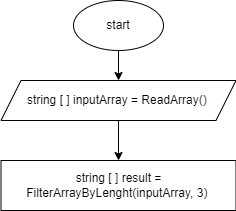
Before: total/diagram.drawio.png, a diagram exported from draw.io (IgorPolyatskiy/TotalWork). Source tidied: cells renumbered, new cells last; positions are measured from the earlier drawing's top-left corner, leaving out a move shared by most shapes.
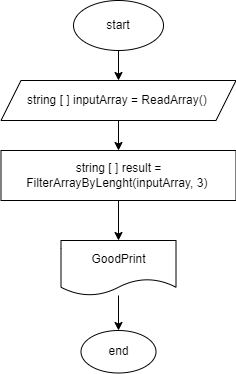
After the change.

Diff of the diagram source:
```diff
@@ -14,8 +14,20 @@
     <mxCell id="5" value="string [ ] inputArray = ReadArray()&amp;nbsp;" style="shape=parallelogram;perimeter=parallelogramPerimeter;whiteSpace=wrap;html=1;fixedSize=1;" parent="1" vertex="1">
       <mxGeometry x="-0.5" y="80" width="235" height="40" as="geometry" />
     </mxCell>
+    <mxCell id="7" style="edgeStyle=none;html=1;" parent="1" edge="1" source="6" target="9">
+      <mxGeometry relative="1" as="geometry" />
+    </mxCell>
     <mxCell id="6" value="string [ ] result = FilterArrayByLenght(inputArray, 3)&amp;nbsp;" style="whiteSpace=wrap;html=1;" parent="1" vertex="1">
-      <mxGeometry x="-0.5" y="160" width="235" height="50" as="geometry" />
+      <mxGeometry x="-0.5" y="150" width="235" height="50" as="geometry" />
     </mxCell>
+    <mxCell id="8" style="edgeStyle=none;html=1;" parent="1" edge="1" source="9" target="10">
+      <mxGeometry relative="1" as="geometry" />
+    </mxCell>
+    <mxCell id="9" value="GoodPrint" style="shape=document;whiteSpace=wrap;html=1;boundedLbl=1;" parent="1" vertex="1">
+      <mxGeometry x="59.5" y="240" width="115" height="55" as="geometry" />
+    </mxCell>
+    <mxCell id="10" value="end" style="ellipse;whiteSpace=wrap;html=1;" parent="1" vertex="1">
+      <mxGeometry x="79.5" y="330" width="75" height="42.5" as="geometry" />
+    </mxCell>
   </root>
 </mxGraphModel>
```
